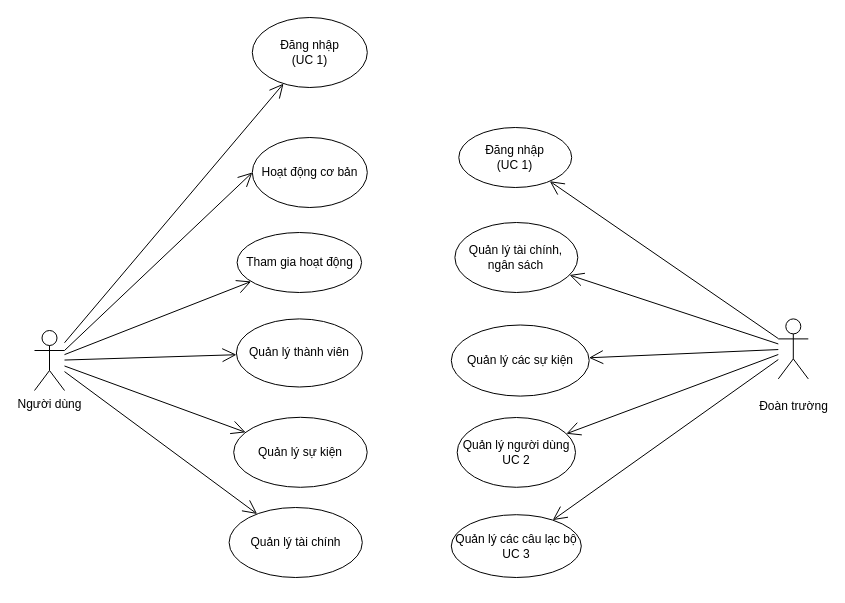
This is page "usecase" (15 of 19) of Diagram.drawio from DnhTrn/finall_project, a draw.io file, before an edit. Source tidied: cells renumbered, new cells numbered last; positions are measured from the earlier drawing's top-left corner, leaving out a move shared by most shapes. Both pictures are drawn from the tidied source at 100%, with x=0, y=0 at pixel (34, 17).
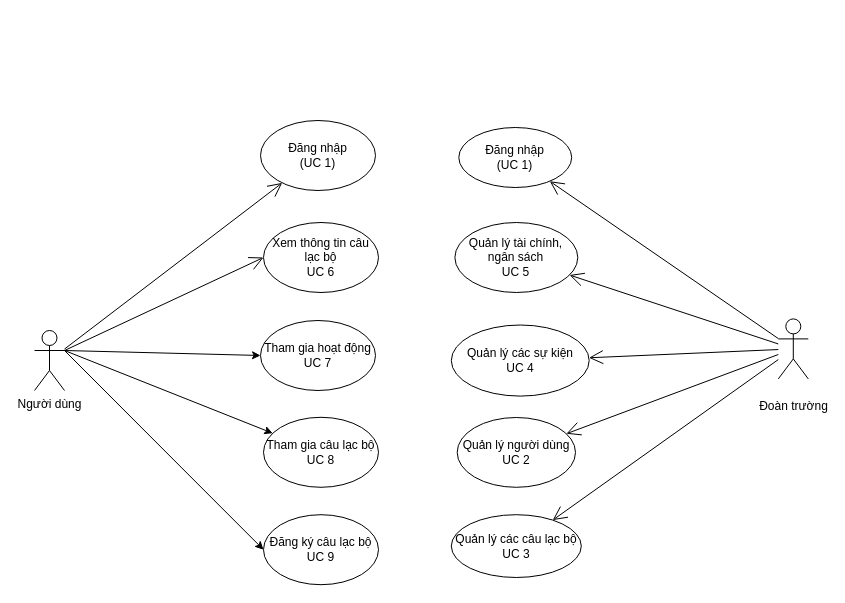
Above is the later version.

Unchanged cells that the change refers to:
```xml
<mxCell id="2" value="Người dùng" style="shape=umlActor;verticalLabelPosition=bottom;verticalAlign=top;html=1;outlineConnect=0;" parent="1" vertex="1">
  <mxGeometry y="313" width="30" height="60" as="geometry" />
</mxCell>
```

Diff of the diagram source:
```diff
@@
+    <mxCell id="26" style="rounded=0;jettySize=auto;html=1;exitX=1;exitY=0.3333333333333333;exitDx=0;exitDy=0;exitPerimeter=0;entryX=0;entryY=0.5;entryDx=0;entryDy=0;" parent="1" edge="1" source="2" target="29">
+      <mxGeometry relative="1" as="geometry" />
+    </mxCell>
+    <mxCell id="27" style="rounded=0;jettySize=auto;html=1;exitX=1;exitY=0.3333333333333333;exitDx=0;exitDy=0;exitPerimeter=0;" parent="1" edge="1" source="2" target="30">
+      <mxGeometry relative="1" as="geometry" />
+    </mxCell>
+    <mxCell id="28" style="rounded=0;jettySize=auto;html=1;exitX=1;exitY=0.3333333333333333;exitDx=0;exitDy=0;exitPerimeter=0;entryX=0;entryY=0.5;entryDx=0;entryDy=0;" parent="1" edge="1" source="2" target="31">
+      <mxGeometry relative="1" as="geometry" />
+    </mxCell>
@@
-    <mxCell id="4" value="Quản lý sự kiện" style="ellipse;whiteSpace=wrap;html=1;" parent="1" vertex="1">
-      <mxGeometry x="199.2" y="399.8" width="133.5" height="70" as="geometry" />
-    </mxCell>
@@
-    <mxCell id="6" value="Tham gia hoạt động" style="ellipse;whiteSpace=wrap;html=1;" parent="1" vertex="1">
-      <mxGeometry x="202.6" y="215" width="124.5" height="60" as="geometry" />
-    </mxCell>
     <mxCell id="7" value="Đăng nhập&lt;div&gt;(UC 1)&lt;/div&gt;" style="ellipse;whiteSpace=wrap;html=1;" parent="1" vertex="1">
-      <mxGeometry x="217.8" width="115" height="70" as="geometry" />
+      <mxGeometry x="226" y="103" width="115" height="70" as="geometry" />
     </mxCell>
@@
-    <mxCell id="9" style="endArrow=open;endFill=1;endSize=12;html=1;rounded=0;" parent="1" edge="1" source="2" target="6">
-      <mxGeometry relative="1" as="geometry" />
-    </mxCell>
-    <mxCell id="10" style="endArrow=open;endFill=1;endSize=12;html=1;rounded=0;" parent="1" edge="1" source="2" target="4">
-      <mxGeometry relative="1" as="geometry" />
-    </mxCell>
-    <mxCell id="11" value="Quản lý thành viên" style="ellipse;whiteSpace=wrap;html=1;" parent="1" vertex="1">
-      <mxGeometry x="201.9" y="301.4" width="126" height="68.1" as="geometry" />
-    </mxCell>
@@
-    <mxCell id="13" value="Quản lý tài chính" style="ellipse;whiteSpace=wrap;html=1;direction=south;" parent="1" vertex="1">
-      <mxGeometry x="194.6" y="490" width="133.2" height="70" as="geometry" />
-    </mxCell>
-    <mxCell id="14" style="endArrow=open;endFill=1;endSize=12;html=1;rounded=0;" parent="1" edge="1" source="2" target="13">
-      <mxGeometry relative="1" as="geometry" />
-    </mxCell>
-    <mxCell id="15" value="Quản lý các&lt;span style=&quot;background-color: initial;&quot;&gt;&amp;nbsp;sự kiện&lt;/span&gt;" style="ellipse;whiteSpace=wrap;html=1;" parent="1" vertex="1">
+    <mxCell id="15" value="Quản lý các&lt;span style=&quot;background-color: initial;&quot;&gt;&amp;nbsp;sự kiện&lt;/span&gt;&lt;div&gt;&lt;span style=&quot;background-color: initial;&quot;&gt;UC 4&lt;/span&gt;&lt;/div&gt;" style="ellipse;whiteSpace=wrap;html=1;" parent="1" vertex="1">
       <mxGeometry x="416.8" y="307.5" width="137.9" height="71.1" as="geometry" />
     </mxCell>
-    <mxCell id="16" value="Quản lý tài chính,&lt;div&gt;&lt;span style=&quot;background-color: initial;&quot;&gt;ngân sách&lt;/span&gt;&lt;/div&gt;" style="ellipse;whiteSpace=wrap;html=1;" parent="1" vertex="1">
+    <mxCell id="16" value="Quản lý tài chính,&lt;div&gt;&lt;span style=&quot;background-color: initial;&quot;&gt;ngân sách&lt;/span&gt;&lt;/div&gt;&lt;div&gt;&lt;span style=&quot;background-color: initial;&quot;&gt;UC 5&lt;/span&gt;&lt;/div&gt;" style="ellipse;whiteSpace=wrap;html=1;" parent="1" vertex="1">
       <mxGeometry x="420.4" y="205" width="122.9" height="70" as="geometry" />
     </mxCell>
@@
-    <mxCell id="21" style="endArrow=open;endFill=1;endSize=12;html=1;rounded=0;" parent="1" edge="1" source="2" target="11">
-      <mxGeometry relative="1" as="geometry" />
-    </mxCell>
@@
-    <mxCell id="24" value="Hoạt động cơ bản" style="ellipse;whiteSpace=wrap;html=1;" parent="1" vertex="1">
-      <mxGeometry x="217.8" y="120" width="115" height="70" as="geometry" />
+    <mxCell id="24" value="Xem thông tin câu lạc bộ&lt;div&gt;UC 6&lt;/div&gt;" style="ellipse;whiteSpace=wrap;html=1;" parent="1" vertex="1">
+      <mxGeometry x="229" y="205" width="115" height="70" as="geometry" />
     </mxCell>
@@
+    <mxCell id="29" value="Tham gia hoạt động&lt;div&gt;UC 7&lt;/div&gt;" style="ellipse;whiteSpace=wrap;html=1;" parent="1" vertex="1">
+      <mxGeometry x="226" y="303" width="115" height="70" as="geometry" />
+    </mxCell>
+    <mxCell id="30" value="Tham gia câu lạc bộ&lt;div&gt;UC 8&lt;/div&gt;" style="ellipse;whiteSpace=wrap;html=1;" parent="1" vertex="1">
+      <mxGeometry x="229" y="399.8" width="115" height="70" as="geometry" />
+    </mxCell>
+    <mxCell id="31" value="Đăng ký câu lạc bộ&lt;div&gt;UC 9&lt;/div&gt;" style="ellipse;whiteSpace=wrap;html=1;" parent="1" vertex="1">
+      <mxGeometry x="229" y="497.2" width="115" height="70" as="geometry" />
+    </mxCell>
```
